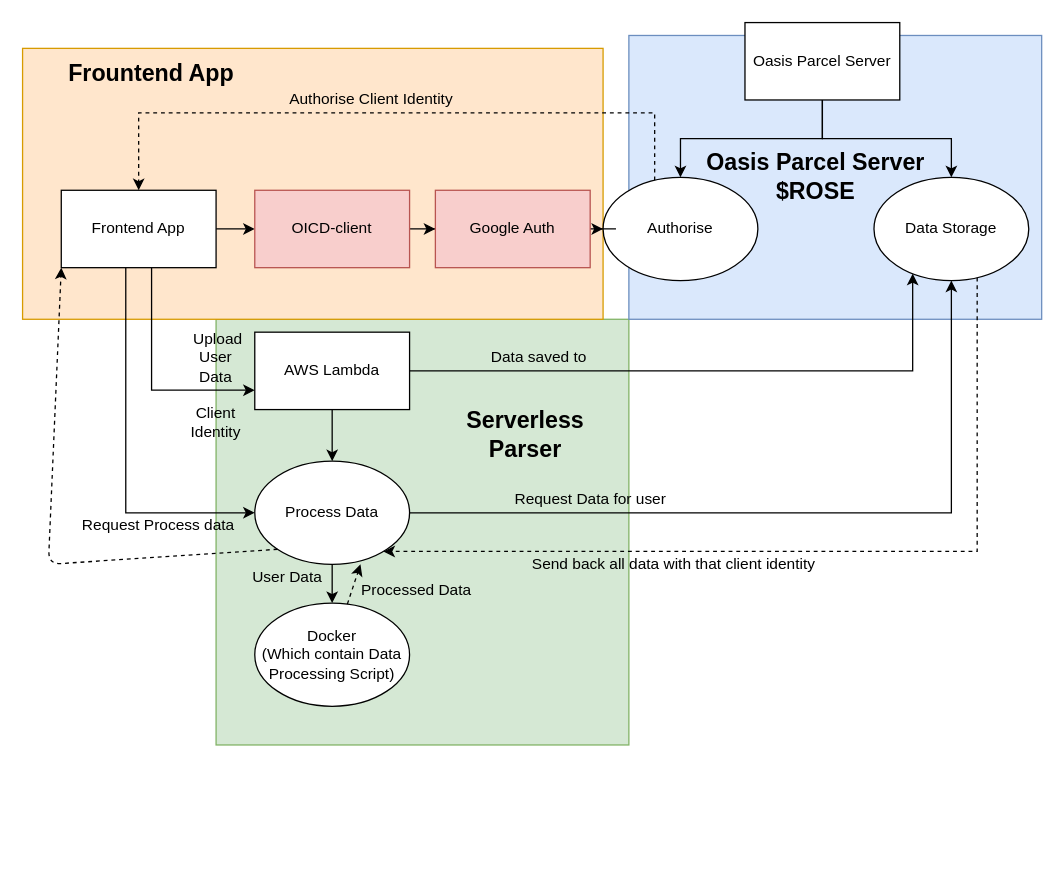
HarleyAppleChoi/Recommendation keeps this draw.io diagram as Untitled Diagram.drawio. Above is the earlier version. Source tidied: cells renumbered, new cells numbered last; positions are measured from the earlier drawing's top-left corner, leaving out a move shared by most shapes. Both pictures are drawn from the tidied source at 129%, with x=0, y=0 at pixel (22, 22). Pictures stored in the file or linked from it are replaced by grey dashed boxes.
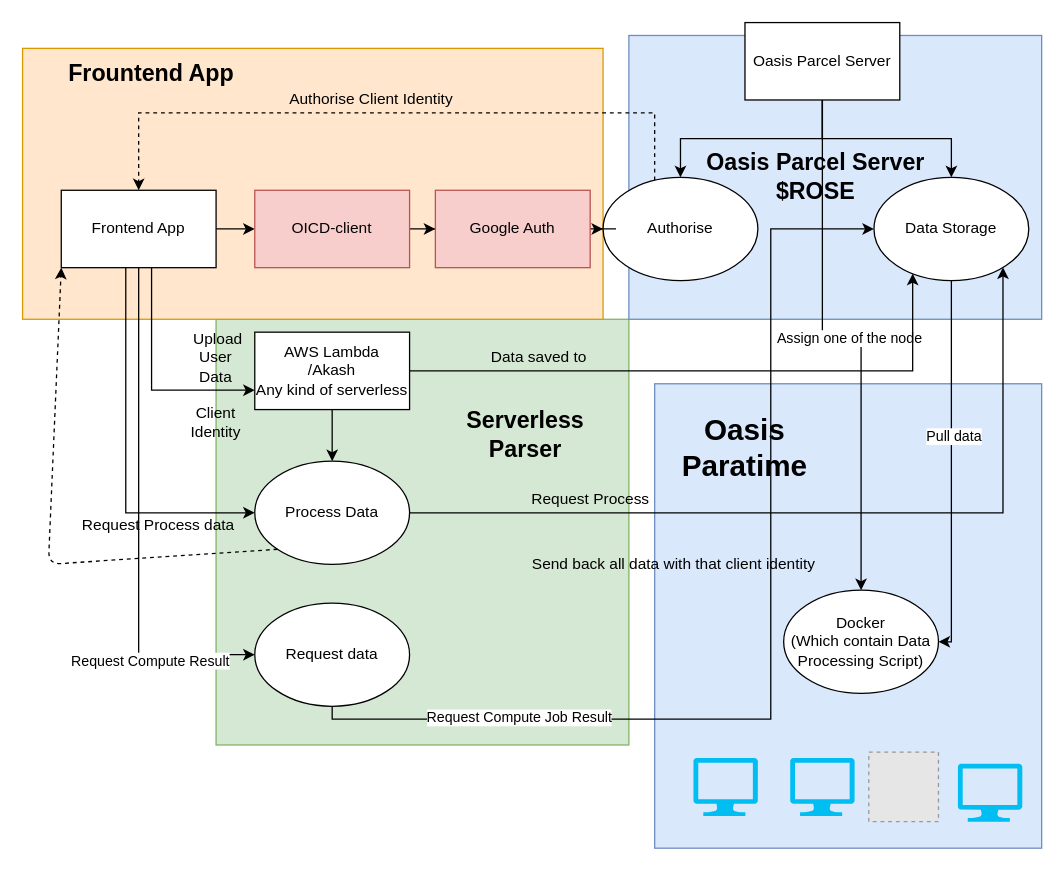
After the change.

The change refers to these unchanged cells:
```xml
<mxCell id="8" value="Frontend App" style="rounded=0;whiteSpace=wrap;html=1;" parent="1" vertex="1">
  <mxGeometry x="30" y="130" width="120" height="60" as="geometry" />
</mxCell>
<mxCell id="13" value="Oasis Parcel Server" style="rounded=0;whiteSpace=wrap;html=1;" parent="1" vertex="1">
  <mxGeometry x="560" width="120" height="60" as="geometry" />
</mxCell>
<mxCell id="17" value="Data Storage" style="ellipse;whiteSpace=wrap;html=1;" parent="1" vertex="1">
  <mxGeometry x="660" y="120" width="120" height="80" as="geometry" />
</mxCell>
<mxCell id="28" value="Process Data" style="ellipse;whiteSpace=wrap;html=1;" parent="1" vertex="1">
  <mxGeometry x="180" y="340" width="120" height="80" as="geometry" />
</mxCell>
```

Diff of the diagram source:
```diff
@@
+    <mxCell id="41" style="rounded=0;whiteSpace=wrap;html=1;fillColor=#dae8fc;strokeColor=#6c8ebf;" parent="1" vertex="1">
+      <mxGeometry x="490" y="280" width="300" height="360" as="geometry" />
+    </mxCell>
@@
+    <mxCell id="42" style="edgeStyle=orthogonalEdgeStyle;rounded=0;jettySize=auto;html=1;" parent="1" edge="1" source="13" target="31">
+      <mxGeometry relative="1" as="geometry" />
+    </mxCell>
+    <mxCell id="43" value="Assign one of the node" style="edgeLabel;html=1;align=center;verticalAlign=middle;" parent="42" vertex="1">
+      <mxGeometry x="-0.23" y="-2" relative="1" as="geometry">
+        <mxPoint x="22" y="26" as="offset" />
+      </mxGeometry>
+    </mxCell>
@@
-    <mxCell id="16" style="edgeStyle=orthogonalEdgeStyle;rounded=0;jettySize=auto;html=1;dashed=1;" parent="1" edge="1" source="17" target="28">
-      <mxGeometry relative="1" as="geometry">
-        <Array as="points">
-          <mxPoint x="740" y="410" />
-        </Array>
-      </mxGeometry>
-    </mxCell>
+    <mxCell id="44" style="edgeStyle=orthogonalEdgeStyle;rounded=0;jettySize=auto;html=1;" parent="1" edge="1" source="17" target="31">
+      <mxGeometry relative="1" as="geometry">
+        <Array as="points">
+          <mxPoint x="720" y="480" />
+        </Array>
+      </mxGeometry>
+    </mxCell>
+    <mxCell id="45" value="Pull data" style="edgeLabel;html=1;align=center;verticalAlign=middle;" parent="44" vertex="1">
+      <mxGeometry x="-0.17" y="1" relative="1" as="geometry" />
+    </mxCell>
+    <mxCell id="46" style="edgeStyle=orthogonalEdgeStyle;rounded=0;jettySize=auto;html=1;endArrow=none;endFill=0;startArrow=classic;startFill=1;" parent="1" edge="1" source="17" target="55">
+      <mxGeometry relative="1" as="geometry">
+        <Array as="points">
+          <mxPoint x="580" y="160" />
+          <mxPoint x="580" y="540" />
+          <mxPoint x="240" y="540" />
+        </Array>
+      </mxGeometry>
+    </mxCell>
+    <mxCell id="47" value="Request Compute Job Result" style="edgeLabel;html=1;align=center;verticalAlign=middle;" parent="46" vertex="1">
+      <mxGeometry x="0.62" y="-2" relative="1" as="geometry" />
+    </mxCell>
@@
-    <mxCell id="22" value="AWS Lambda" style="rounded=0;whiteSpace=wrap;html=1;" parent="1" vertex="1">
+    <mxCell id="22" value="AWS Lambda&lt;br&gt;/Akash&lt;br&gt;Any kind of serverless" style="rounded=0;whiteSpace=wrap;html=1;" parent="1" vertex="1">
       <mxGeometry x="180" y="240" width="120" height="60" as="geometry" />
     </mxCell>
@@
-    <mxCell id="26" style="edgeStyle=orthogonalEdgeStyle;rounded=0;jettySize=auto;html=1;" parent="1" edge="1" source="28" target="31">
-      <mxGeometry relative="1" as="geometry" />
-    </mxCell>
     <mxCell id="27" style="edgeStyle=orthogonalEdgeStyle;rounded=0;jettySize=auto;html=1;" parent="1" edge="1" source="28" target="17">
       <mxGeometry relative="1" as="geometry">
         <Array as="points">
-          <mxPoint x="720" y="380" />
+          <mxPoint x="760" y="380" />
         </Array>
       </mxGeometry>
     </mxCell>
@@
     <mxCell id="31" value="Docker&lt;br&gt;(Which contain Data Processing Script)" style="ellipse;whiteSpace=wrap;html=1;" parent="1" vertex="1">
-      <mxGeometry x="180" y="450" width="120" height="80" as="geometry" />
+      <mxGeometry x="590" y="440" width="120" height="80" as="geometry" />
     </mxCell>
-    <mxCell id="32" value="Request Data for user" style="text;html=1;align=center;verticalAlign=middle;" parent="1" vertex="1">
-      <mxGeometry x="375" y="360" width="130" height="20" as="geometry" />
+    <mxCell id="32" value="Request Process" style="text;html=1;align=center;verticalAlign=middle;" parent="1" vertex="1">
+      <mxGeometry x="385" y="360" width="110" height="20" as="geometry" />
     </mxCell>
@@
-    <mxCell id="34" value="User Data" style="text;html=1;align=center;verticalAlign=middle;" parent="1" vertex="1">
-      <mxGeometry x="170" y="420" width="70" height="20" as="geometry" />
-    </mxCell>
-    <mxCell id="35" style="endArrow=classic;html=1;dashed=1;entryX=0.683;entryY=1;entryDx=0;entryDy=0;entryPerimeter=0;" parent="1" edge="1" source="31" target="28">
-      <mxGeometry relative="1" as="geometry" />
-    </mxCell>
-    <mxCell id="36" value="Processed Data" style="text;html=1;align=center;verticalAlign=middle;" parent="1" vertex="1">
-      <mxGeometry x="255" y="430" width="100" height="20" as="geometry" />
-    </mxCell>
@@
+    <mxCell id="48" style="verticalLabelPosition=bottom;html=1;verticalAlign=top;align=center;strokeColor=none;fillColor=#00BEF2;shape=mxgraph.azure.computer;" parent="1" vertex="1">
+      <mxGeometry x="520" y="570" width="50" height="45" as="geometry" />
+    </mxCell>
+    <mxCell id="49" style="verticalLabelPosition=bottom;html=1;verticalAlign=top;align=center;strokeColor=none;fillColor=#00BEF2;shape=mxgraph.azure.computer;" parent="1" vertex="1">
+      <mxGeometry x="595" y="570" width="50" height="45" as="geometry" />
+    </mxCell>
+    <mxCell id="50" style="verticalLabelPosition=bottom;html=1;verticalAlign=top;align=center;strokeColor=none;fillColor=#00BEF2;shape=mxgraph.azure.computer;" parent="1" vertex="1">
+      <mxGeometry x="725" y="574.5" width="50" height="45" as="geometry" />
+    </mxCell>
+    <mxCell id="51" style="fillColor=#E6E6E6;strokeColor=#999999;dashed=1;html=1;verticalAlign=top;verticalLabelPosition=bottom;labelBackgroundColor=#ffffff;" parent="1" vertex="1">
+      <mxGeometry x="656" y="565.5" width="54" height="54" as="geometry" />
+    </mxCell>
+    <mxCell id="52" value="&lt;b&gt;&lt;font style=&quot;font-size: 23px&quot;&gt;Oasis Paratime&lt;/font&gt;&lt;/b&gt;" style="text;html=1;strokeColor=none;fillColor=none;align=center;verticalAlign=middle;whiteSpace=wrap;rounded=0;" parent="1" vertex="1">
+      <mxGeometry x="540" y="320" width="40" height="20" as="geometry" />
+    </mxCell>
+    <mxCell id="53" style="edgeStyle=orthogonalEdgeStyle;rounded=0;jettySize=auto;html=1;startArrow=classic;startFill=1;endArrow=none;endFill=0;" parent="1" edge="1" source="55" target="8">
+      <mxGeometry relative="1" as="geometry" />
+    </mxCell>
+    <mxCell id="54" value="Request Compute Result" style="edgeLabel;html=1;align=center;verticalAlign=middle;" parent="53" vertex="1">
+      <mxGeometry x="-0.58" y="4" relative="1" as="geometry" />
+    </mxCell>
+    <mxCell id="55" value="Request data" style="ellipse;whiteSpace=wrap;html=1;" parent="1" vertex="1">
+      <mxGeometry x="180" y="450" width="120" height="80" as="geometry" />
+    </mxCell>
```
